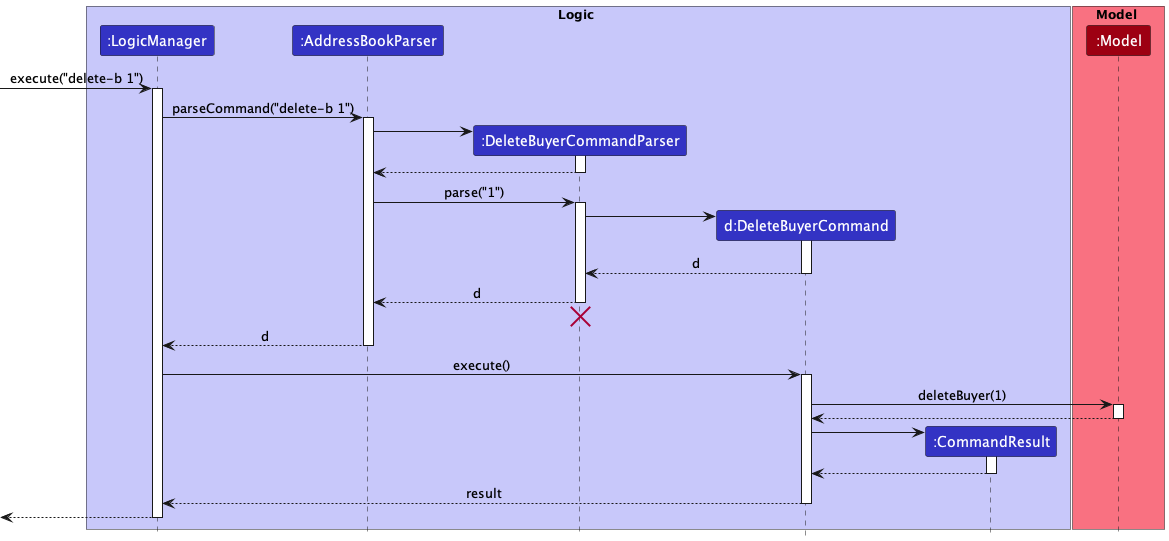
The PlantUML diagram docs/images/DeleteSequenceDiagram.png in nus-cs2103-AY2223S1/tp, before a commit.
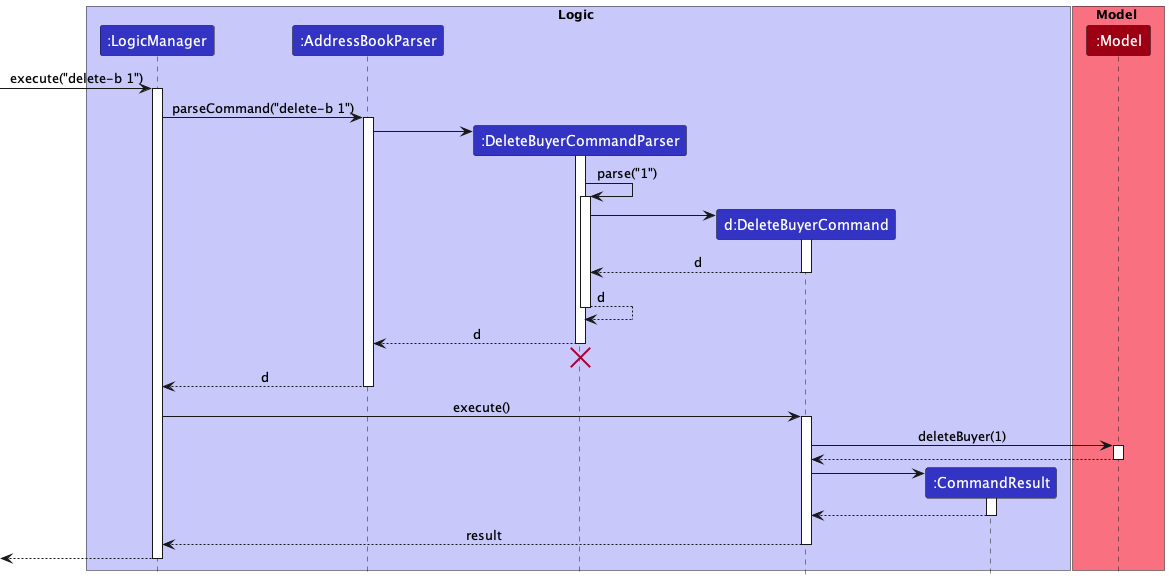
The same diagram one commit later.

What changed in the source:
```diff
@@ -23,10 +23,7 @@
 AddressBookParser -> DeleteBuyerCommandParser
 activate DeleteBuyerCommandParser
 
-DeleteBuyerCommandParser --> AddressBookParser
-deactivate DeleteBuyerCommandParser
-
-AddressBookParser -> DeleteBuyerCommandParser : parse("1")
+DeleteBuyerCommandParser -> DeleteBuyerCommandParser : parse("1")
 activate DeleteBuyerCommandParser
 
 create DeleteBuyerCommand
@@ -35,6 +32,9 @@
 
 DeleteBuyerCommand --> DeleteBuyerCommandParser : d
 deactivate DeleteBuyerCommand
+
+DeleteBuyerCommandParser --> DeleteBuyerCommandParser : d
+deactivate DeleteBuyerCommandParser
 
 DeleteBuyerCommandParser --> AddressBookParser : d
 deactivate DeleteBuyerCommandParser
```
